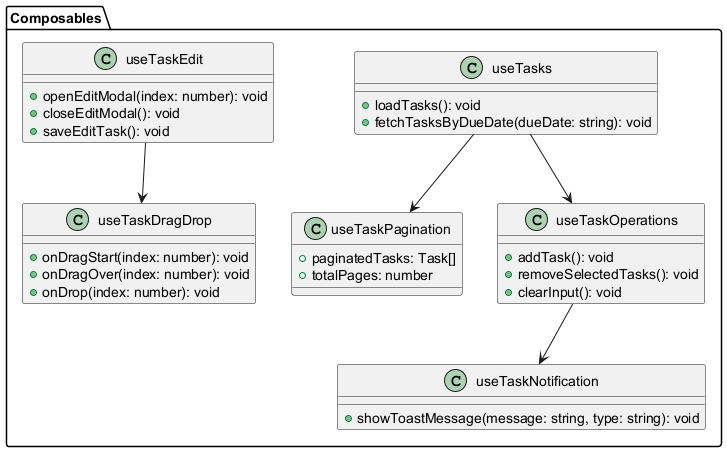
Before: docs/images/ComposablesClassDiagram.png, a diagram exported from PlantUML (Takayuki-Suda/nuxt-todo-app-document). Source of this version:
```plantuml
@startuml
package "Composables" {
  class useTasks {
    + loadTasks(): void
    + fetchTasksByDueDate(dueDate: string): void
  }

  class useTaskPagination {
    + paginatedTasks: Task[]
    + totalPages: number
  }

  class useTaskOperations {
    + addTask(): void
    + removeSelectedTasks(): void
    + clearInput(): void
  }

  class useTaskNotification {
    + showToastMessage(message: string, type: string): void
  }

  class useTaskEdit {
    + openEditModal(index: number): void
    + closeEditModal(): void
    + saveEditTask(): void
  }

  class useTaskDragDrop {
    + onDragStart(index: number): void
    + onDragOver(index: number): void
    + onDrop(index: number): void
  }

  useTasks --> useTaskPagination
  useTasks --> useTaskOperations
  useTaskOperations --> useTaskNotification
  useTaskEdit --> useTaskDragDrop
}
@enduml
```
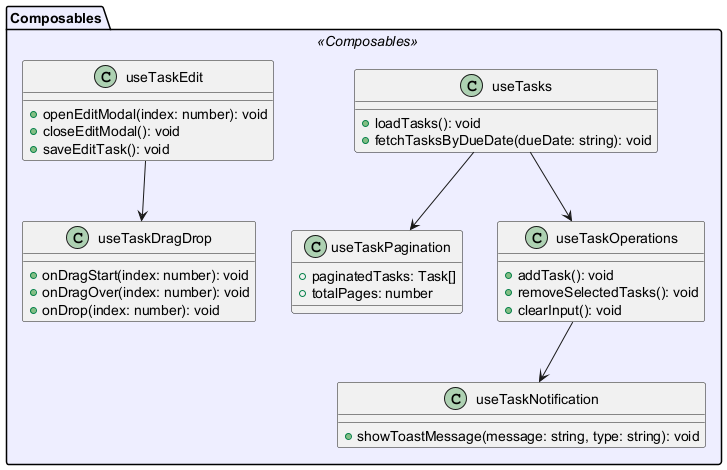
The same file after the commit.

What changed in the source:
```diff
@@ -1,5 +1,9 @@
 @startuml
-package "Composables" {
+skinparam package {
+  BackgroundColor<<Composables>> #EEEEFF
+}
+
+package "Composables" <<Composables>> {
   class useTasks {
     + loadTasks(): void
     + fetchTasksByDueDate(dueDate: string): void
```
